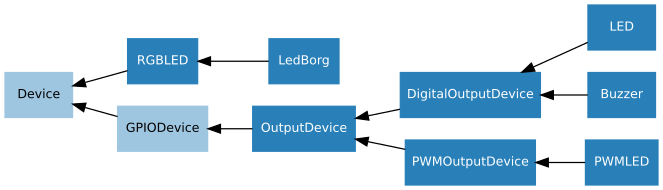
The Graphviz diagram docs/images/output_device_hierarchy.png in gpiozero/gpiozero, before a commit. Its source is kept beside it as docs/images/output_device_hierarchy.dot.
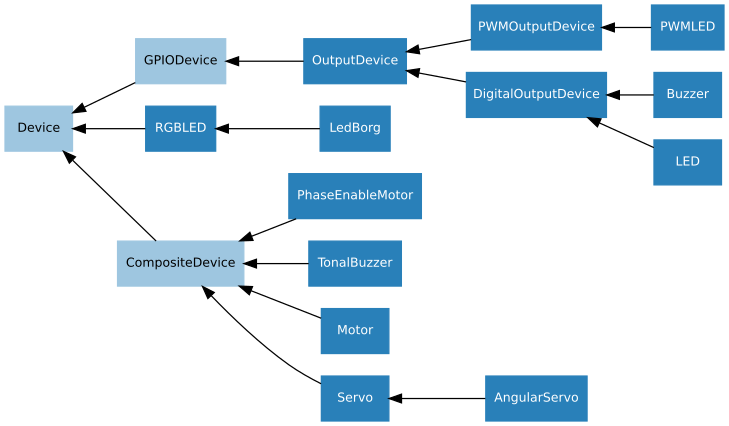
The same diagram one commit later.

Diff of the diagram source:
```diff
@@ -11,19 +11,26 @@
     /* Abstract classes */
     node [color="#9ec6e0", fontcolor="#000000"]
 
+    CompositeDevice;
     GPIODevice;
     Device;
 
     /* Concrete classes */
     node [color="#2980b9", fontcolor="#ffffff"];
 
+    PhaseEnableMotor->CompositeDevice;
+    PWMOutputDevice->OutputDevice;
+    TonalBuzzer->CompositeDevice;
+    GPIODevice->Device;
+    CompositeDevice->Device;
+    PWMLED->PWMOutputDevice;
+    Motor->CompositeDevice;
+    Buzzer->DigitalOutputDevice;
+    Servo->CompositeDevice;
+    DigitalOutputDevice->OutputDevice;
+    RGBLED->Device;
+    AngularServo->Servo;
+    OutputDevice->GPIODevice;
     LED->DigitalOutputDevice;
-    PWMOutputDevice->OutputDevice;
     LedBorg->RGBLED;
-    DigitalOutputDevice->OutputDevice;
-    PWMLED->PWMOutputDevice;
-    OutputDevice->GPIODevice;
-    RGBLED->Device;
-    Buzzer->DigitalOutputDevice;
-    GPIODevice->Device;
 }
```
